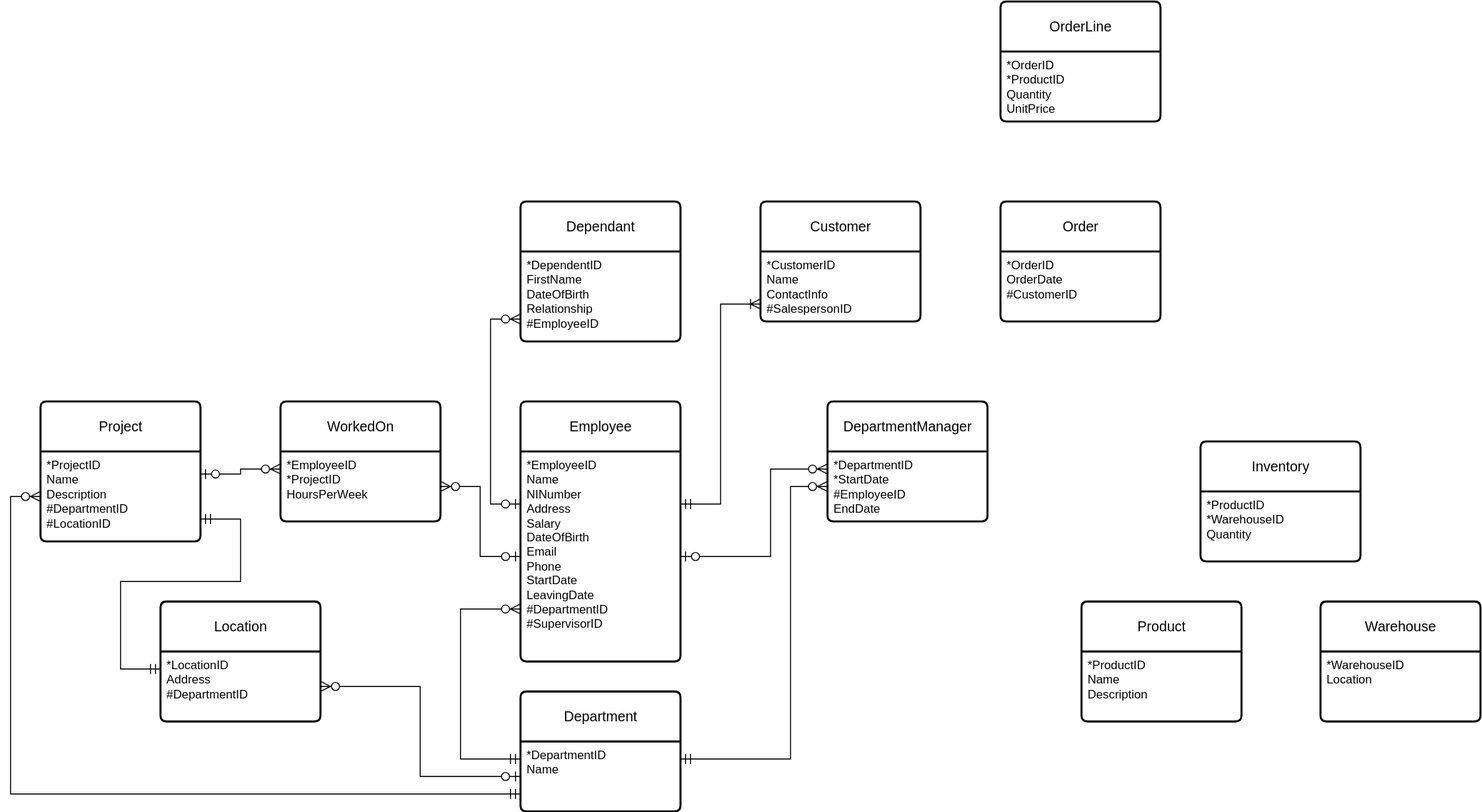
Before: Company_ERD.drawio.svg, a diagram exported from draw.io (tamasfried/Company_ERD). Source tidied: cells renumbered, new cells last; positions are measured from the earlier drawing's top-left corner, leaving out a move shared by most shapes.
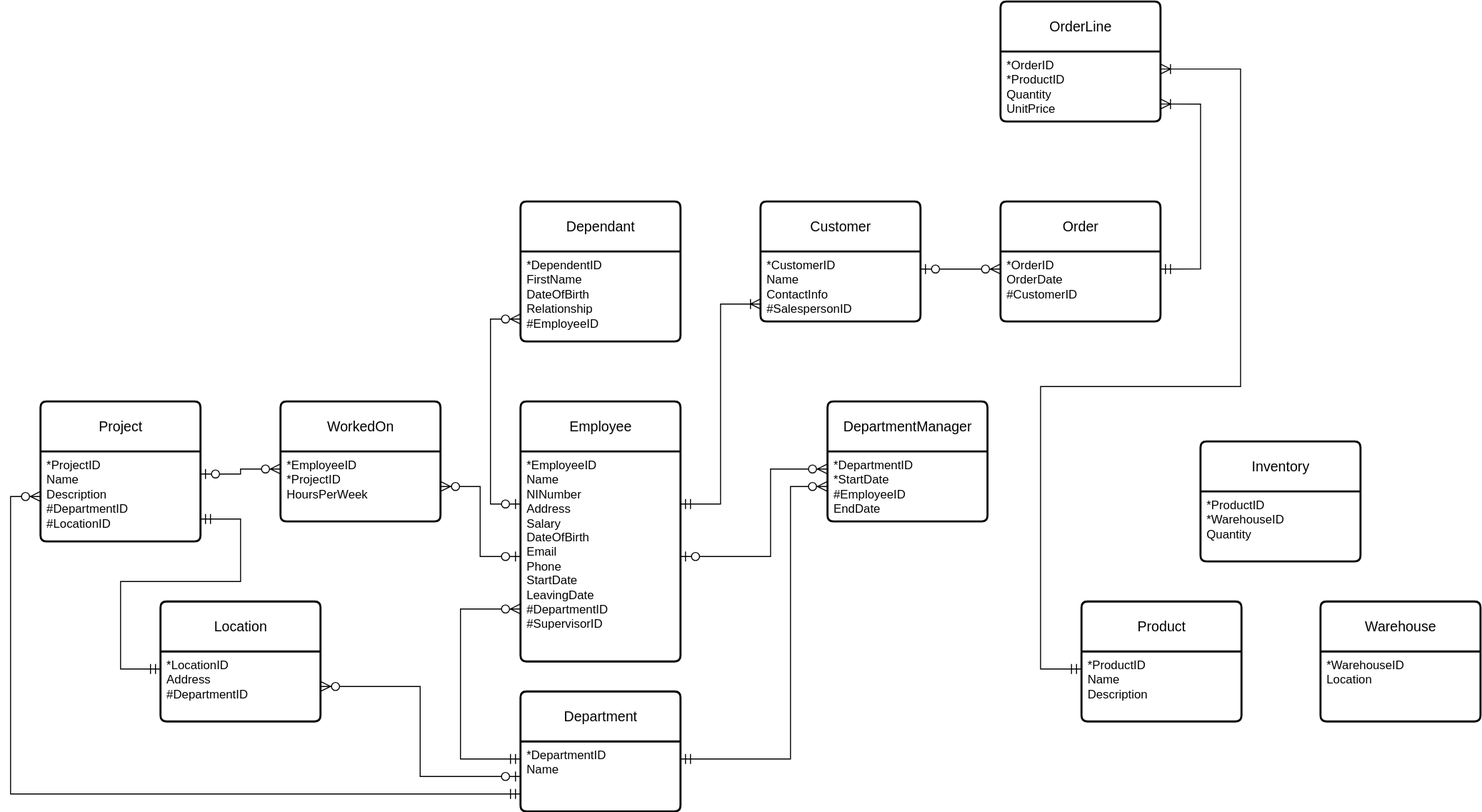
Above is the later version.

Diff of the diagram source:
```diff
@@ -144,5 +144,26 @@
         </Array>
       </mxGeometry>
     </mxCell>
+    <mxCell id="38" style="edgeStyle=orthogonalEdgeStyle;fontSize=12;html=1;endArrow=ERzeroToMany;startArrow=ERzeroToOne;rounded=0;startSize=8;endSize=8;exitX=1;exitY=0.25;exitDx=0;exitDy=0;entryX=0;entryY=0.25;entryDx=0;entryDy=0;" parent="1" edge="1" source="17" target="19">
+      <mxGeometry relative="1" as="geometry" />
+    </mxCell>
+    <mxCell id="39" style="edgeStyle=orthogonalEdgeStyle;fontSize=12;html=1;endArrow=ERoneToMany;startArrow=ERmandOne;rounded=0;startSize=8;endSize=8;exitX=1;exitY=0.25;exitDx=0;exitDy=0;entryX=1;entryY=0.75;entryDx=0;entryDy=0;" parent="1" edge="1" source="19" target="21">
+      <mxGeometry relative="1" as="geometry">
+        <Array as="points">
+          <mxPoint x="1190" y="267" />
+          <mxPoint x="1190" y="103" />
+        </Array>
+      </mxGeometry>
+    </mxCell>
+    <mxCell id="40" style="edgeStyle=orthogonalEdgeStyle;fontSize=12;html=1;endArrow=ERoneToMany;startArrow=ERmandOne;rounded=0;startSize=8;endSize=8;exitX=0;exitY=0.25;exitDx=0;exitDy=0;entryX=1;entryY=0.25;entryDx=0;entryDy=0;" parent="1" edge="1" source="23" target="21">
+      <mxGeometry relative="1" as="geometry">
+        <Array as="points">
+          <mxPoint x="1030" y="667" />
+          <mxPoint x="1030" y="385" />
+          <mxPoint x="1230" y="385" />
+          <mxPoint x="1230" y="67" />
+        </Array>
+      </mxGeometry>
+    </mxCell>
   </root>
 </mxGraphModel>
```
